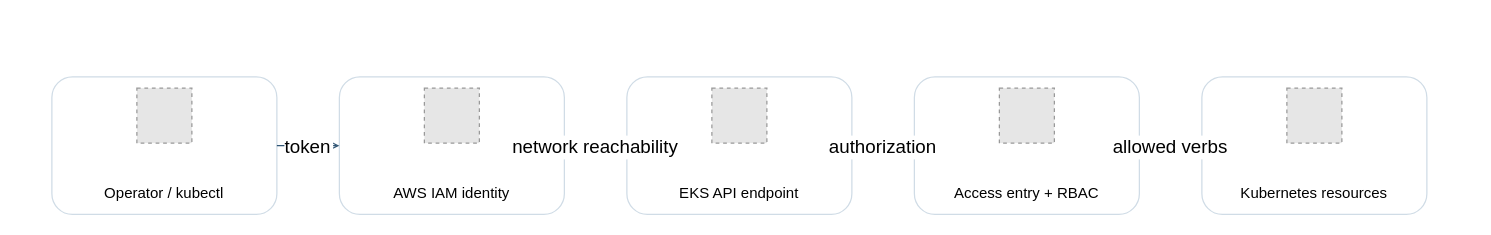
Before: workshop/static/images/human-access.drawio in toannd021104/AWS-Security-Workshop-EKS-defense-in-dept, a draw.io diagram. Source tidied: cells renumbered, new cells numbered last; positions are measured from the earlier drawing's top-left corner, leaving out a move shared by most shapes. Both pictures are drawn from the tidied source at 125%, with x=0, y=0 at pixel (51, 76). Pictures stored in the file or linked from it are replaced by grey dashed boxes.
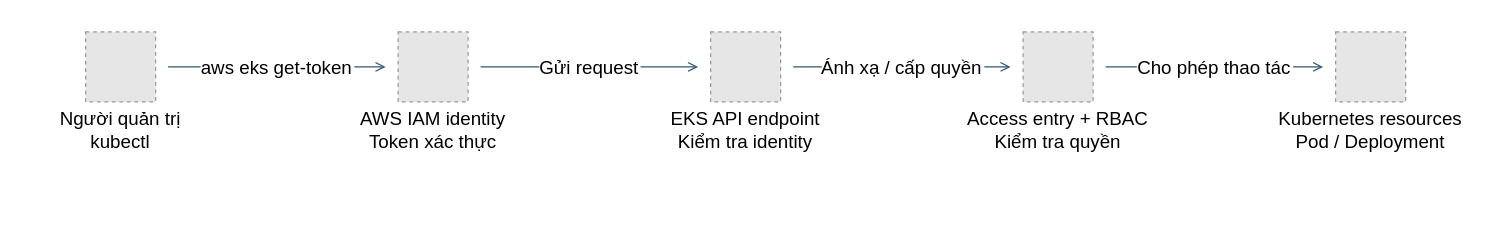
After the change.

Diff of the diagram source:
```diff
@@
-<mxGraphModel background="#ffffff">
+<mxGraphModel>
   <root>
     <mxCell id="0" />
     <mxCell id="1" parent="0" />
-    <mxCell id="2" value="Operator / kubectl" style="rounded=1;fillColor=#ffffff;strokeColor=#d0dce6;verticalAlign=bottom;spacingBottom=8;" parent="1" vertex="1">
-      <mxGeometry width="180" height="110" as="geometry" />
+    <mxCell id="2" value="Người quản trị&#10;kubectl" style="fillColor=none;strokeColor=none;fontSize=15;verticalAlign=bottom;spacingBottom=8;" parent="1" vertex="1">
+      <mxGeometry x="-25" y="-45" width="160" height="115" as="geometry" />
     </mxCell>
-    <mxCell id="3" value="AWS IAM identity" style="rounded=1;fillColor=#ffffff;strokeColor=#d0dce6;verticalAlign=bottom;spacingBottom=8;" parent="1" vertex="1">
-      <mxGeometry x="230" width="180" height="110" as="geometry" />
+    <mxCell id="3" value="AWS IAM identity&#10;Token xác thực" style="fillColor=none;strokeColor=none;fontSize=15;verticalAlign=bottom;spacingBottom=8;" parent="1" vertex="1">
+      <mxGeometry x="225" y="-45" width="160" height="115" as="geometry" />
     </mxCell>
-    <mxCell id="4" value="EKS API endpoint" style="rounded=1;fillColor=#ffffff;strokeColor=#d0dce6;verticalAlign=bottom;spacingBottom=8;" parent="1" vertex="1">
-      <mxGeometry x="460" width="180" height="110" as="geometry" />
+    <mxCell id="4" value="EKS API endpoint&#10;Kiểm tra identity" style="fillColor=none;strokeColor=none;fontSize=15;verticalAlign=bottom;spacingBottom=8;" parent="1" vertex="1">
+      <mxGeometry x="475" y="-45" width="160" height="115" as="geometry" />
     </mxCell>
-    <mxCell id="5" value="Access entry + RBAC" style="rounded=1;fillColor=#ffffff;strokeColor=#d0dce6;verticalAlign=bottom;spacingBottom=8;" parent="1" vertex="1">
-      <mxGeometry x="690" width="180" height="110" as="geometry" />
+    <mxCell id="5" value="Access entry + RBAC&#10;Kiểm tra quyền" style="fillColor=none;strokeColor=none;fontSize=15;verticalAlign=bottom;spacingBottom=8;" parent="1" vertex="1">
+      <mxGeometry x="725" y="-45" width="160" height="115" as="geometry" />
     </mxCell>
-    <mxCell id="6" value="Kubernetes resources" style="rounded=1;fillColor=#ffffff;strokeColor=#d0dce6;verticalAlign=bottom;spacingBottom=8;" parent="1" vertex="1">
-      <mxGeometry x="920" width="180" height="110" as="geometry" />
+    <mxCell id="6" value="Kubernetes resources&#10;Pod / Deployment" style="fillColor=none;strokeColor=none;fontSize=15;verticalAlign=bottom;spacingBottom=8;" parent="1" vertex="1">
+      <mxGeometry x="975" y="-45" width="160" height="115" as="geometry" />
     </mxCell>
     <mxCell id="7" style="fillColor=#E6E6E6;strokeColor=#999999;dashed=1;" parent="1" vertex="1">
-      <mxGeometry x="68" y="9" width="44" height="44" as="geometry" />
+      <mxGeometry x="27" y="-36" width="56" height="56" as="geometry" />
     </mxCell>
     <mxCell id="8" style="fillColor=#E6E6E6;strokeColor=#999999;dashed=1;" parent="1" vertex="1">
-      <mxGeometry x="298" y="9" width="44" height="44" as="geometry" />
+      <mxGeometry x="277" y="-36" width="56" height="56" as="geometry" />
     </mxCell>
     <mxCell id="9" style="fillColor=#E6E6E6;strokeColor=#999999;dashed=1;" parent="1" vertex="1">
-      <mxGeometry x="528" y="9" width="44" height="44" as="geometry" />
+      <mxGeometry x="527" y="-36" width="56" height="56" as="geometry" />
     </mxCell>
     <mxCell id="10" style="fillColor=#E6E6E6;strokeColor=#999999;dashed=1;" parent="1" vertex="1">
-      <mxGeometry x="758" y="9" width="44" height="44" as="geometry" />
+      <mxGeometry x="777" y="-36" width="56" height="56" as="geometry" />
     </mxCell>
     <mxCell id="11" style="fillColor=#E6E6E6;strokeColor=#999999;dashed=1;" parent="1" vertex="1">
-      <mxGeometry x="988" y="9" width="44" height="44" as="geometry" />
+      <mxGeometry x="1027" y="-36" width="56" height="56" as="geometry" />
     </mxCell>
-    <mxCell id="12" value="token" style="edgeStyle=orthogonalEdgeStyle;endArrow=open;fontSize=15;strokeColor=#315675;exitX=1.0;exitY=0.5;exitPerimeter=0;entryX=0.0;entryY=0.5;entryPerimeter=0;" parent="1" edge="1" source="2" target="3">
+    <mxCell id="12" value="aws eks get-token" style="edgeStyle=orthogonalEdgeStyle;endArrow=open;fontSize=15;strokeColor=#315675;exitX=0.7375;exitY=0.3217391304347826;exitPerimeter=0;entryX=0.2625;entryY=0.3217391304347826;entryPerimeter=0;" parent="1" edge="1" source="2" target="3">
       <mxGeometry relative="1" as="geometry" />
     </mxCell>
-    <mxCell id="13" value="network reachability" style="edgeStyle=orthogonalEdgeStyle;endArrow=open;fontSize=15;strokeColor=#315675;exitX=1.0;exitY=0.5;exitPerimeter=0;entryX=0.0;entryY=0.5;entryPerimeter=0;" parent="1" edge="1" source="3" target="4">
+    <mxCell id="13" value="Gửi request" style="edgeStyle=orthogonalEdgeStyle;endArrow=open;fontSize=15;strokeColor=#315675;exitX=0.7375;exitY=0.3217391304347826;exitPerimeter=0;entryX=0.2625;entryY=0.3217391304347826;entryPerimeter=0;" parent="1" edge="1" source="3" target="4">
       <mxGeometry relative="1" as="geometry" />
     </mxCell>
-    <mxCell id="14" value="authorization" style="edgeStyle=orthogonalEdgeStyle;endArrow=open;fontSize=15;strokeColor=#315675;exitX=1.0;exitY=0.5;exitPerimeter=0;entryX=0.0;entryY=0.5;entryPerimeter=0;" parent="1" edge="1" source="4" target="5">
+    <mxCell id="14" value="Ánh xạ / cấp quyền" style="edgeStyle=orthogonalEdgeStyle;endArrow=open;fontSize=15;strokeColor=#315675;exitX=0.7375;exitY=0.3217391304347826;exitPerimeter=0;entryX=0.2625;entryY=0.3217391304347826;entryPerimeter=0;" parent="1" edge="1" source="4" target="5">
       <mxGeometry relative="1" as="geometry" />
     </mxCell>
-    <mxCell id="15" value="allowed verbs" style="edgeStyle=orthogonalEdgeStyle;endArrow=open;fontSize=15;strokeColor=#315675;exitX=1.0;exitY=0.5;exitPerimeter=0;entryX=0.0;entryY=0.5;entryPerimeter=0;" parent="1" edge="1" source="5" target="6">
+    <mxCell id="15" value="Cho phép thao tác" style="edgeStyle=orthogonalEdgeStyle;endArrow=open;fontSize=15;strokeColor=#315675;exitX=0.7375;exitY=0.3217391304347826;exitPerimeter=0;entryX=0.2625;entryY=0.3217391304347826;entryPerimeter=0;" parent="1" edge="1" source="5" target="6">
       <mxGeometry relative="1" as="geometry" />
     </mxCell>
   </root>
 </mxGraphModel>
```
